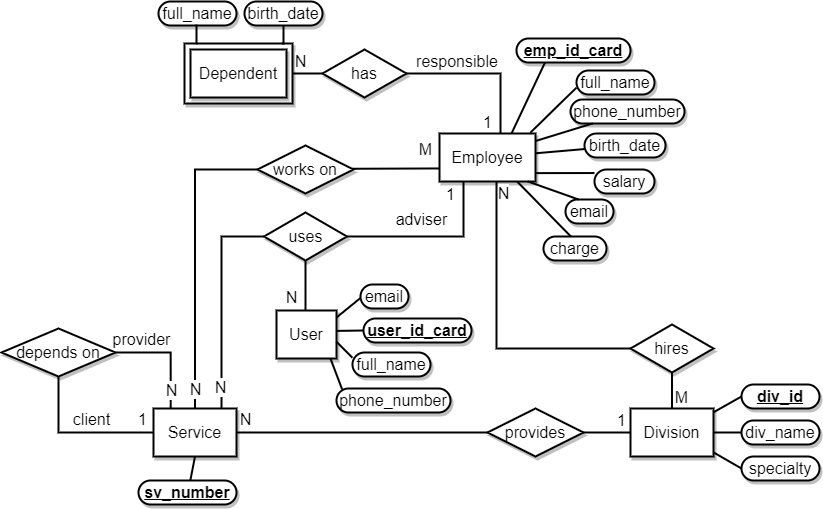
Earlier version of the draw.io export imgs/chenDiagram.png (7yrionLannister/information-systems-modeling-wiki). Source tidied: cells renumbered, new cells last; positions are measured from the earlier drawing's top-left corner, leaving out a move shared by most shapes.
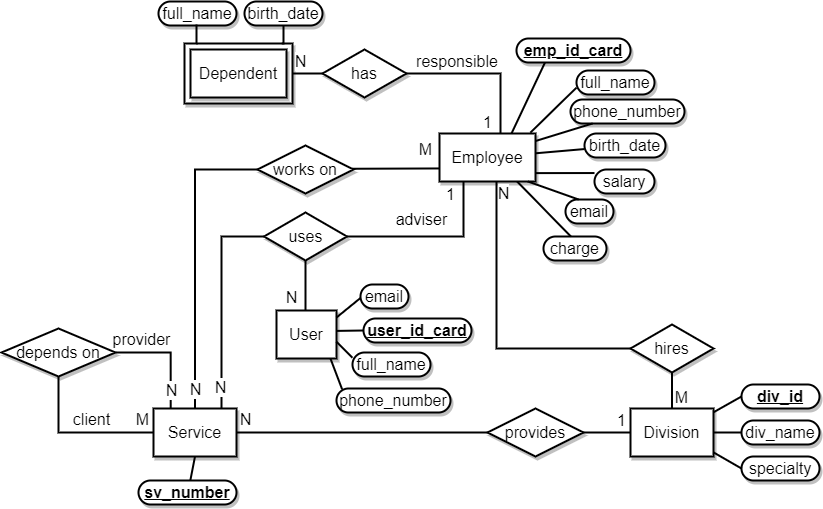
Above is the later version.

Commit message:
Hopefully the last modification to Chen diagram

Change to the diagram source:
```diff
@@ -185,7 +185,7 @@
         <mxPoint x="13.8" y="-13" as="offset" />
       </mxGeometry>
     </mxCell>
-    <mxCell id="50" value="1" style="text;html=1;labelBackgroundColor=#ffffff;align=center;verticalAlign=middle;fontColor=#000000;fontSize=16;" parent="48" vertex="1">
+    <mxCell id="50" value="M" style="text;html=1;labelBackgroundColor=#ffffff;align=center;verticalAlign=middle;fontColor=#000000;fontSize=16;" parent="48" vertex="1">
       <mxGeometry x="-0.85" relative="1" as="geometry">
         <mxPoint y="-13" as="offset" />
       </mxGeometry>
```
